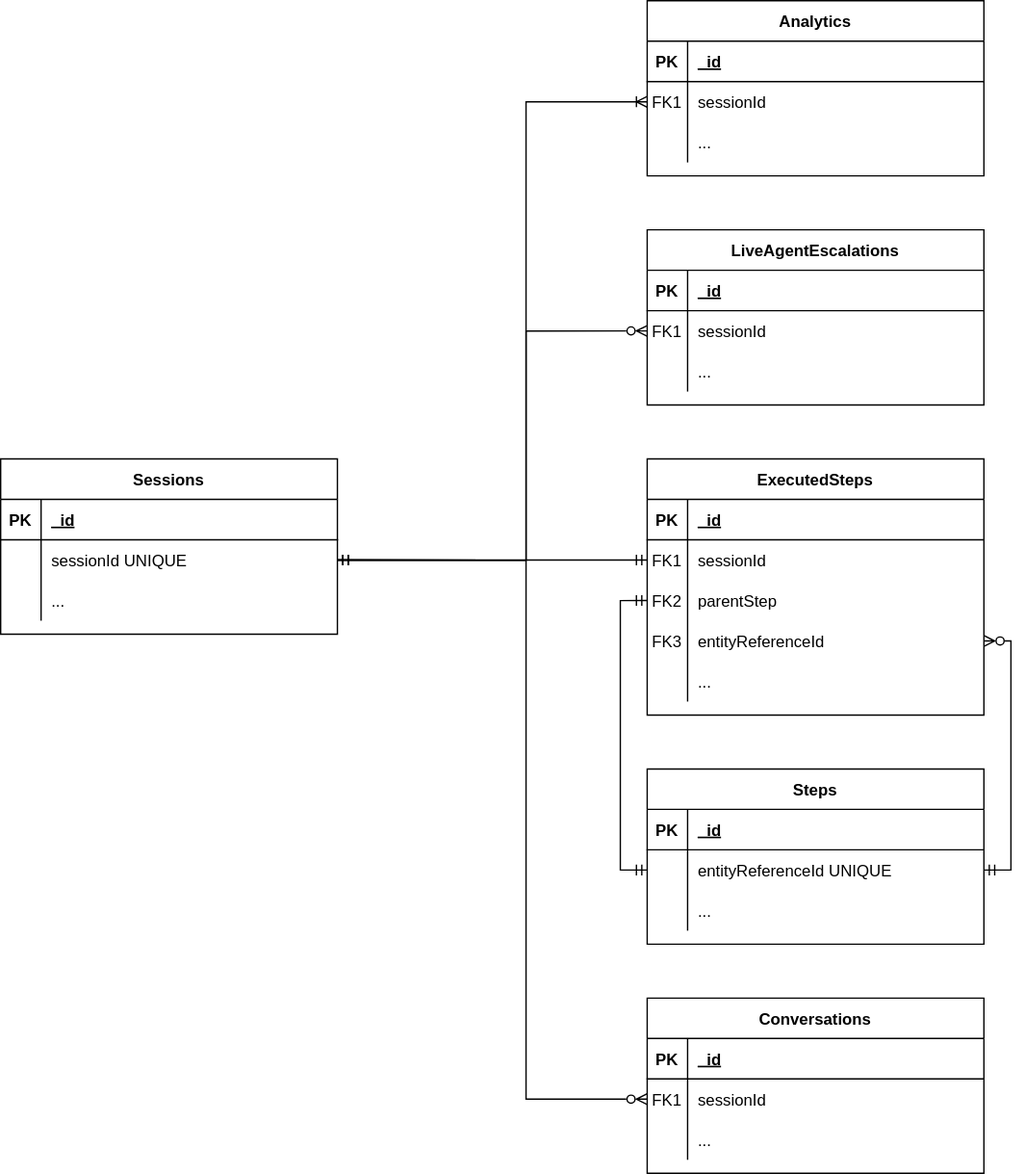
The draw.io diagram docs/en/docs/ai/tools/images/insights-odata-entities.drawio.svg in Cognigy/Documentation, before a commit. Source tidied: cells renumbered, new cells last; positions are measured from the earlier drawing's top-left corner, leaving out a move shared by most shapes.
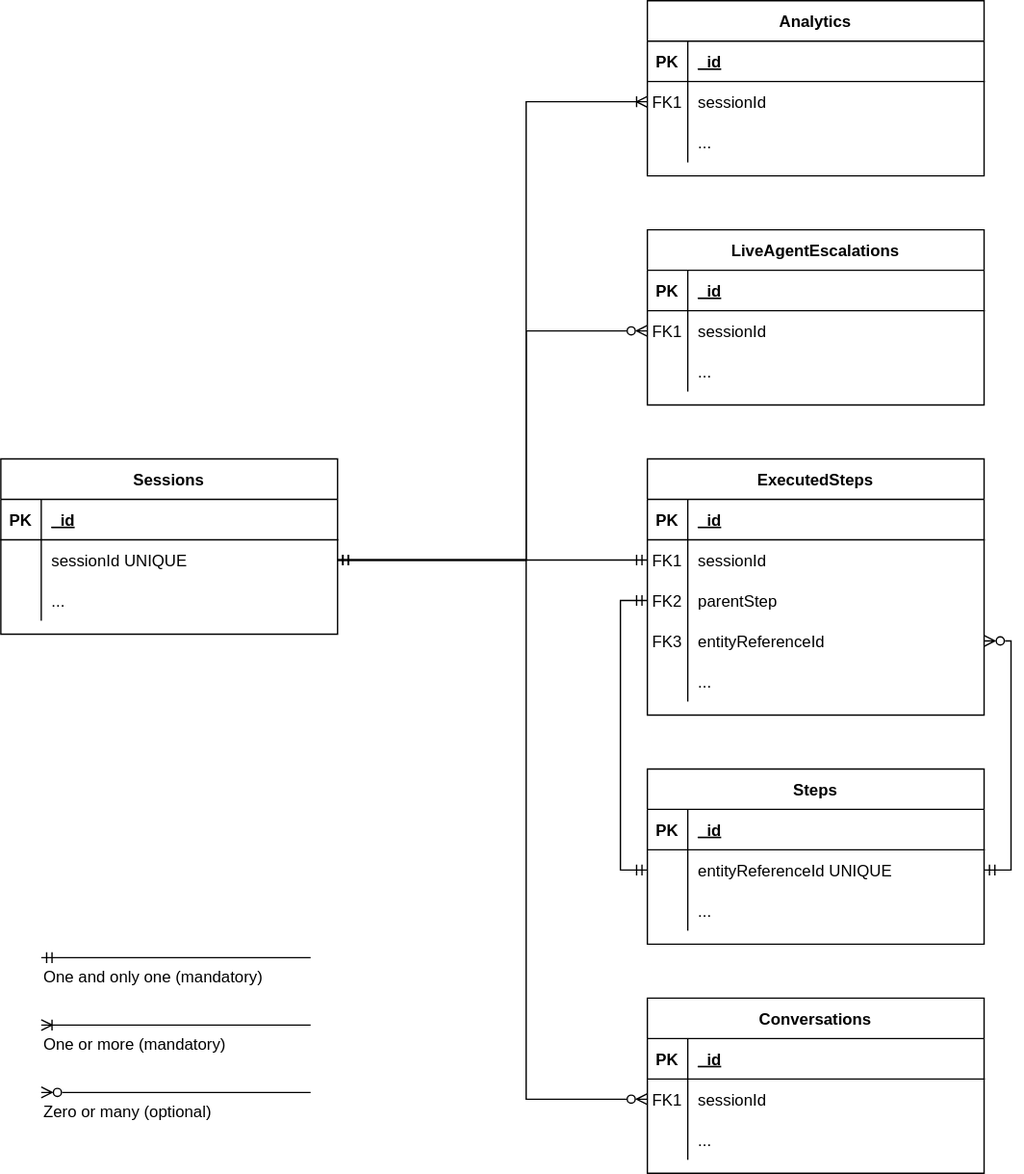
After the change.

What changed in the source:
```diff
@@ -187,14 +187,6 @@
         </Array>
       </mxGeometry>
     </mxCell>
-    <mxCell id="62" style="edgeStyle=orthogonalEdgeStyle;rounded=0;jettySize=auto;html=1;endArrow=ERmandOne;endFill=0;startArrow=ERoneToMany;startFill=0;entryX=1;entryY=0.5;entryDx=0;entryDy=0;exitX=0;exitY=0.5;exitDx=0;exitDy=0;" parent="1" edge="1" source="16" target="67">
-      <mxGeometry relative="1" as="geometry">
-        <Array as="points">
-          <mxPoint x="390" y="75" />
-          <mxPoint x="390" y="415" />
-        </Array>
-      </mxGeometry>
-    </mxCell>
     <mxCell id="63" value="Sessions" style="shape=table;startSize=30;rowLines=0;fontStyle=1;align=center;" parent="1" vertex="1">
       <mxGeometry y="340" width="250" height="130" as="geometry" />
     </mxCell>
@@ -233,5 +225,40 @@
         </Array>
       </mxGeometry>
     </mxCell>
+    <mxCell id="62" style="edgeStyle=orthogonalEdgeStyle;rounded=0;jettySize=auto;html=1;exitX=0;exitY=0.5;exitDx=0;exitDy=0;entryX=1;entryY=0.5;entryDx=0;entryDy=0;startArrow=ERoneToMany;startFill=0;endArrow=ERmandOne;endFill=0;" parent="1" edge="1" source="16" target="67">
+      <mxGeometry relative="1" as="geometry">
+        <Array as="points">
+          <mxPoint x="390" y="75" />
+          <mxPoint x="390" y="415" />
+        </Array>
+      </mxGeometry>
+    </mxCell>
+    <mxCell id="74" style="endArrow=none;startArrow=ERmandOne;html=1;rounded=0;startFill=0;endFill=0;" parent="1" edge="1">
+      <mxGeometry relative="1" as="geometry">
+        <mxPoint x="30" y="710" as="sourcePoint" />
+        <mxPoint x="230" y="710" as="targetPoint" />
+      </mxGeometry>
+    </mxCell>
+    <mxCell id="75" style="endArrow=none;startArrow=ERoneToMany;html=1;rounded=0;startFill=0;endFill=0;" parent="1" edge="1">
+      <mxGeometry relative="1" as="geometry">
+        <mxPoint x="30" y="760" as="sourcePoint" />
+        <mxPoint x="230" y="760" as="targetPoint" />
+      </mxGeometry>
+    </mxCell>
+    <mxCell id="76" style="endArrow=none;startArrow=ERzeroToMany;html=1;rounded=0;startFill=0;endFill=0;" parent="1" edge="1">
+      <mxGeometry relative="1" as="geometry">
+        <mxPoint x="30" y="810" as="sourcePoint" />
+        <mxPoint x="230" y="810" as="targetPoint" />
+      </mxGeometry>
+    </mxCell>
+    <mxCell id="77" value="One and only one (mandatory)" style="text;html=1;strokeColor=none;fillColor=none;align=left;verticalAlign=middle;whiteSpace=wrap;rounded=0;" parent="1" vertex="1">
+      <mxGeometry x="30" y="710" width="220" height="30" as="geometry" />
+    </mxCell>
+    <mxCell id="78" value="One or more (mandatory)" style="text;html=1;strokeColor=none;fillColor=none;align=left;verticalAlign=middle;whiteSpace=wrap;rounded=0;" parent="1" vertex="1">
+      <mxGeometry x="30" y="760" width="220" height="30" as="geometry" />
+    </mxCell>
+    <mxCell id="79" value="Zero or many (optional)" style="text;html=1;strokeColor=none;fillColor=none;align=left;verticalAlign=middle;whiteSpace=wrap;rounded=0;" parent="1" vertex="1">
+      <mxGeometry x="30" y="810" width="220" height="30" as="geometry" />
+    </mxCell>
   </root>
 </mxGraphModel>
```
